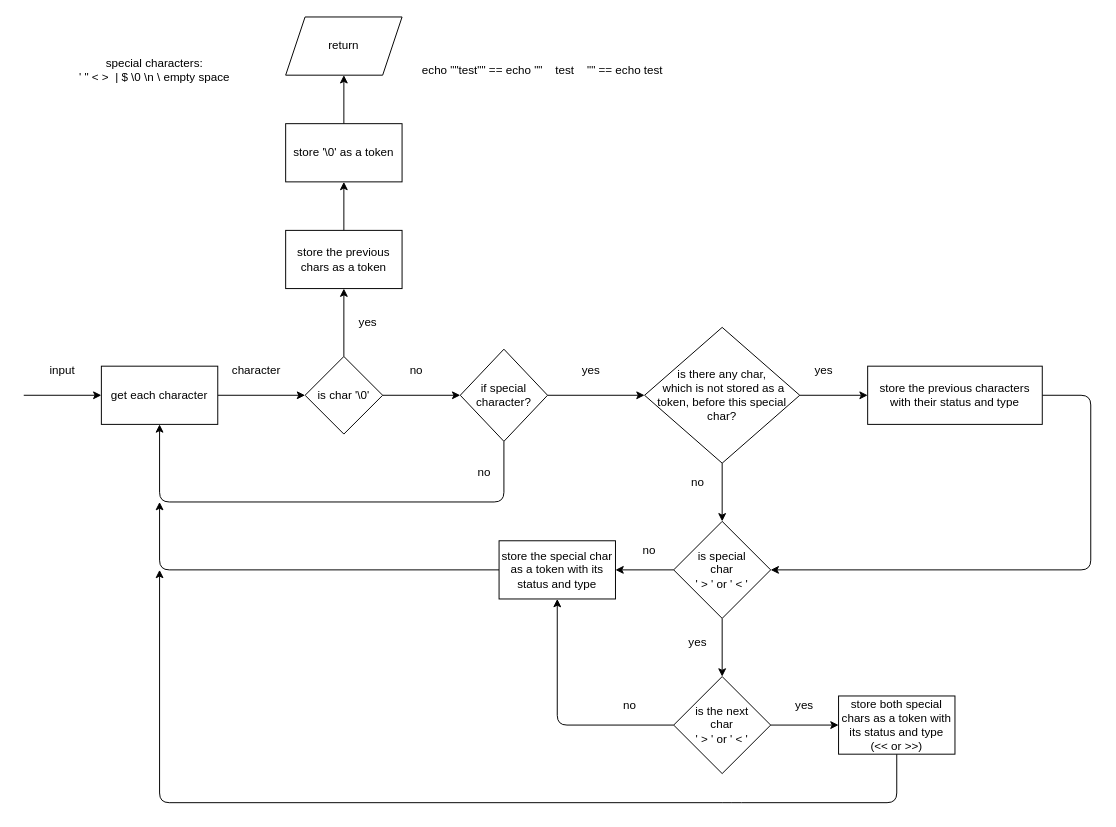
Above: minishell/lexer.drawio in NicoCastelnuovo/minishell (draw.io), before the change. Source tidied: cells renumbered, new cells numbered last; positions are measured from the earlier drawing's top-left corner, leaving out a move shared by most shapes. Both pictures are drawn from the tidied source at 97%, with x=0, y=0 at pixel (23, 16).
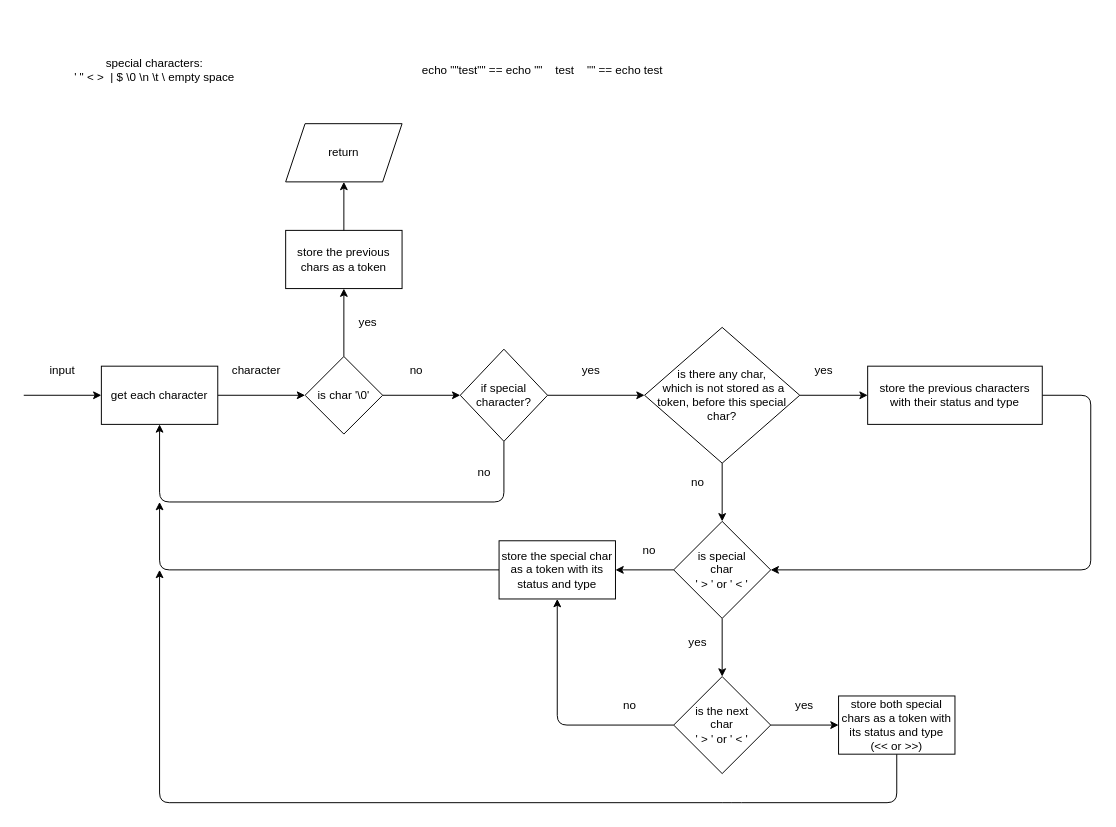
The same diagram, later.

Commit message (it also covers changes not shown here):
Added linked lists. Fixed a bug in lexer.

Unchanged cells that the change refers to:
```xml
<mxCell id="41" value="store the previous chars as a token" style="rounded=0;whiteSpace=wrap;html=1;" parent="1" vertex="1">
  <mxGeometry x="270" y="220" width="120" height="60" as="geometry" />
</mxCell>
```

What changed in the source:
```diff
@@
-    <mxCell id="14" value="special characters:&lt;br&gt;' &quot; &amp;lt; &amp;gt;&amp;nbsp; | $ \0 \n \ empty space" style="text;html=1;strokeColor=none;fillColor=none;align=center;verticalAlign=middle;whiteSpace=wrap;rounded=0;" parent="1" vertex="1">
+    <mxCell id="14" value="special characters:&lt;br&gt;' &quot; &amp;lt; &amp;gt;&amp;nbsp; | $ \0 \n \t \ empty space" style="text;html=1;strokeColor=none;fillColor=none;align=center;verticalAlign=middle;whiteSpace=wrap;rounded=0;" parent="1" vertex="1">
       <mxGeometry y="30" width="270" height="50" as="geometry" />
     </mxCell>
@@
-    <mxCell id="40" style="edgeStyle=none;html=1;" parent="1" edge="1" source="41">
-      <mxGeometry relative="1" as="geometry">
-        <mxPoint x="330" y="170" as="targetPoint" />
-      </mxGeometry>
-    </mxCell>
@@
-    <mxCell id="42" style="edgeStyle=none;html=1;" parent="1" edge="1" source="43">
+    <mxCell id="42" style="edgeStyle=none;html=1;" parent="1" edge="1">
       <mxGeometry relative="1" as="geometry">
-        <mxPoint x="330" y="60" as="targetPoint" />
+        <mxPoint x="330" y="220" as="sourcePoint" />
+        <mxPoint x="330" y="170" as="targetPoint" />
       </mxGeometry>
     </mxCell>
-    <mxCell id="43" value="store '\0' as a token" style="rounded=0;whiteSpace=wrap;html=1;" parent="1" vertex="1">
-      <mxGeometry x="270" y="110" width="120" height="60" as="geometry" />
-    </mxCell>
     <mxCell id="44" value="return" style="shape=parallelogram;perimeter=parallelogramPerimeter;whiteSpace=wrap;html=1;fixedSize=1;" parent="1" vertex="1">
-      <mxGeometry x="270" width="120" height="60" as="geometry" />
+      <mxGeometry x="270" y="110" width="120" height="60" as="geometry" />
     </mxCell>
```
